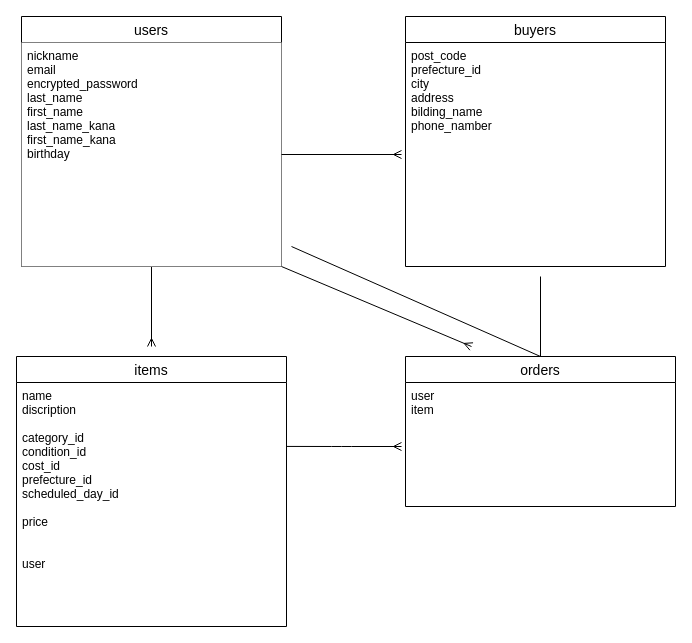
Earlier version of the draw.io diagram app/views/test.dio (miyoon17/furima-40098). Source tidied: cells renumbered, new cells numbered last; positions are measured from the earlier drawing's top-left corner, leaving out a move shared by most shapes. Both pictures are drawn from the tidied source at 100%, with x=0, y=0 at pixel (16, 16).
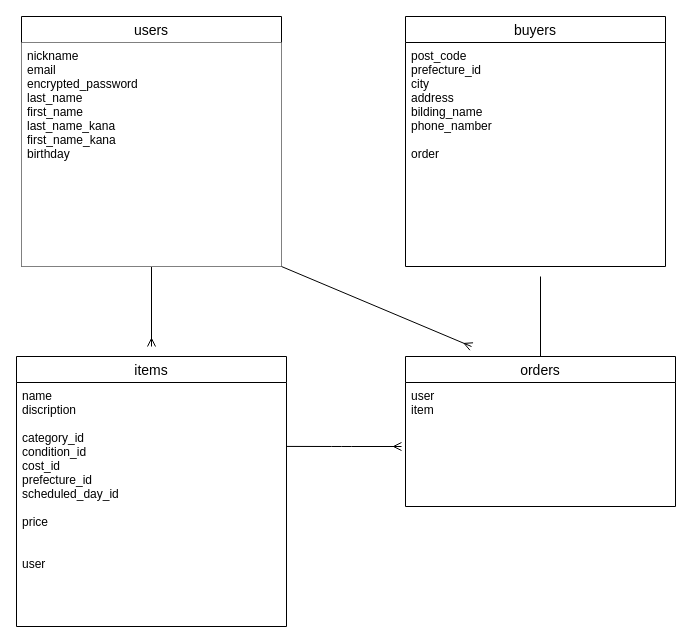
After the change.

The change refers to these unchanged cells:
```xml
<mxCell id="5" value="nickname&#10;email&#10;encrypted_password&#10;last_name&#10;first_name&#10;last_name_kana&#10;first_name_kana&#10;birthday" style="text;strokeColor=none;fillColor=default;spacingLeft=4;spacingRight=4;overflow=hidden;points=[[0,0.5],[1,0.5]];portConstraint=eastwest;fontSize=12;" parent="4" vertex="1">
  <mxGeometry y="26" width="260" height="224" as="geometry" />
</mxCell>
<mxCell id="8" value="buyers" style="swimlane;fontStyle=0;horizontal=1;startSize=26;align=center;fontSize=14;fillColor=default;" parent="1" vertex="1">
  <mxGeometry x="389" width="260" height="250" as="geometry" />
</mxCell>
<mxCell id="12" value="orders" style="swimlane;fontStyle=0;horizontal=1;startSize=26;align=center;fontSize=14;fillColor=default;" parent="1" vertex="1">
  <mxGeometry x="389" y="340" width="270" height="150" as="geometry" />
</mxCell>
```

Diff of the diagram source:
```diff
@@
-    <mxCell id="9" value="post_code&#10;prefecture_id&#10;city&#10;address&#10;bilding_name&#10;phone_namber&#10;" style="text;strokeColor=none;fillColor=none;spacingLeft=4;spacingRight=4;overflow=hidden;fontSize=12;" parent="8" vertex="1">
+    <mxCell id="9" value="post_code&#10;prefecture_id&#10;city&#10;address&#10;bilding_name&#10;phone_namber&#10;&#10;order" style="text;strokeColor=none;fillColor=none;spacingLeft=4;spacingRight=4;overflow=hidden;fontSize=12;" parent="8" vertex="1">
       <mxGeometry y="26" width="260" height="224" as="geometry" />
     </mxCell>
-    <mxCell id="10" style="edgeStyle=none;html=1;exitX=0.5;exitY=0;exitDx=0;exitDy=0;endArrow=none;endFill=0;" parent="1" edge="1" source="12">
-      <mxGeometry relative="1" as="geometry">
-        <mxPoint x="275" y="230" as="targetPoint" />
-      </mxGeometry>
-    </mxCell>
@@
-    <mxCell id="15" style="edgeStyle=none;html=1;endArrow=ERmany;endFill=0;" parent="1" edge="1" source="5">
-      <mxGeometry relative="1" as="geometry">
-        <mxPoint x="385" y="138" as="targetPoint" />
-      </mxGeometry>
-    </mxCell>
```
